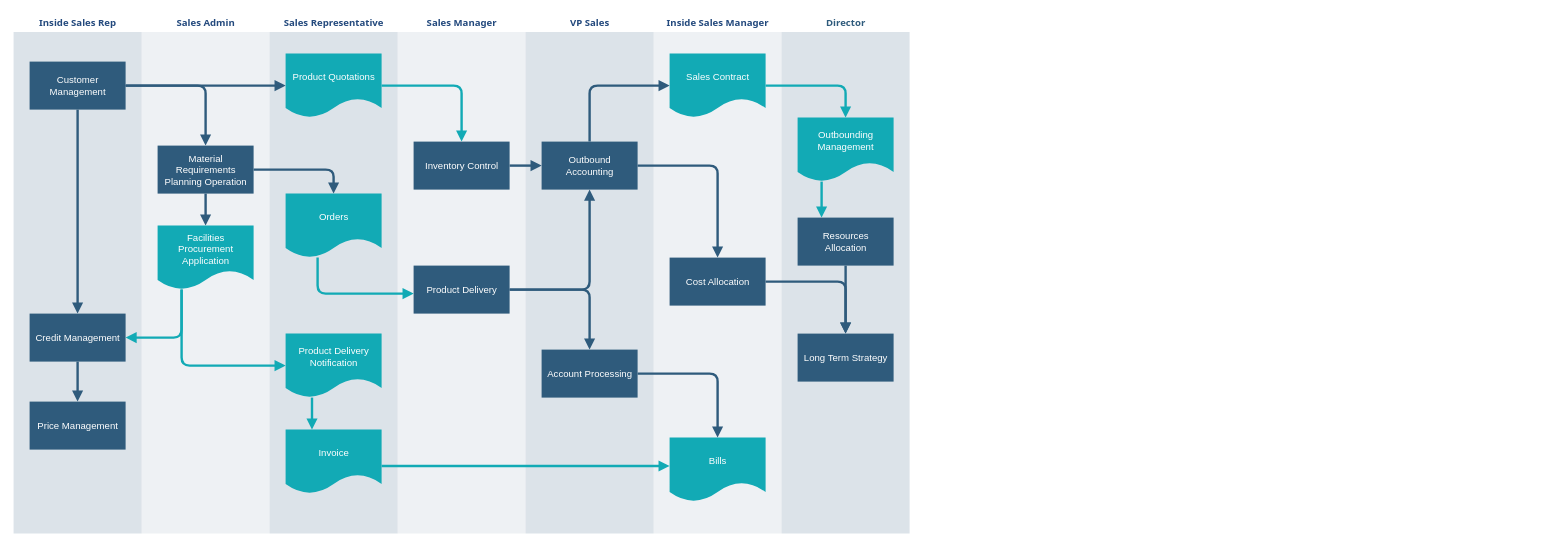
Before: data/Demo线流程图.drawio in chenyanxi/hosts, a draw.io diagram. Source tidied: cells renumbered, new cells numbered last; positions are measured from the earlier drawing's top-left corner, leaving out a move shared by most shapes. Both pictures are drawn from the tidied source at 80%, with x=0, y=0 at pixel (13, 13).
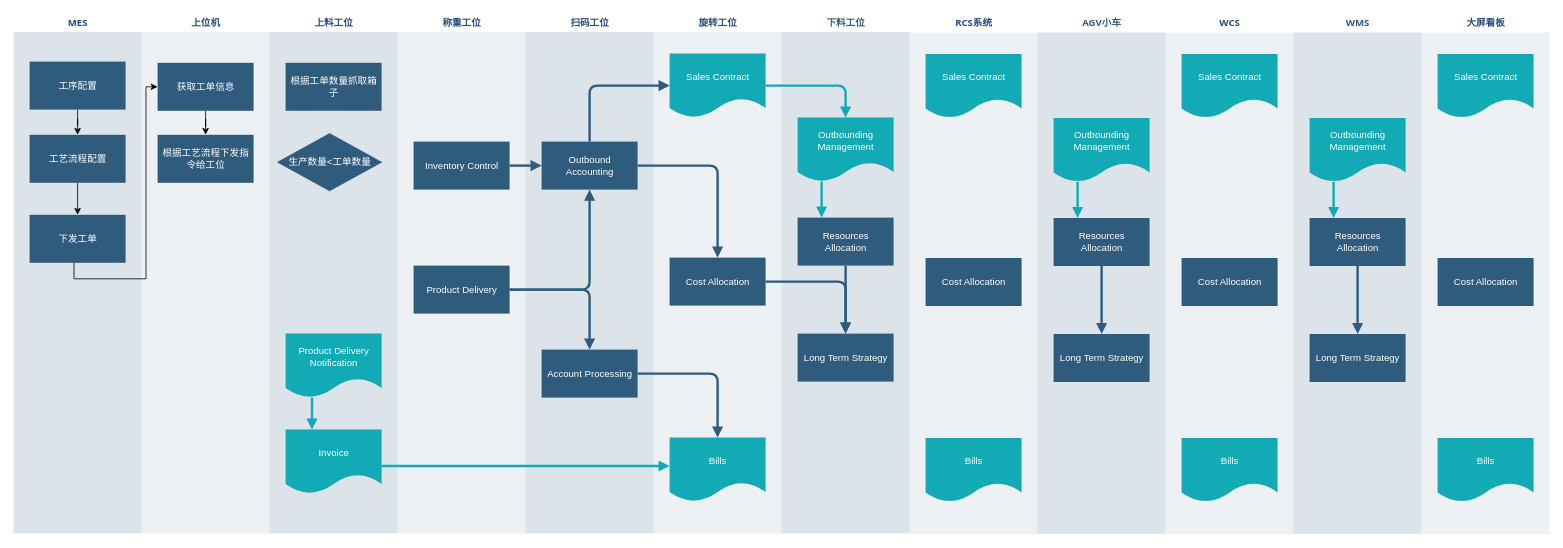
The same diagram, later.

Commit message (it also covers changes not shown here):
更新Demo线流程图.drawio

The change refers to these unchanged cells:
```xml
<mxCell id="22" value="Product Delivery Notification" style="shape=document;whiteSpace=wrap;strokeColor=none;fillColor=#12aab5;shadow=0;fontColor=#FFFFFF;fontFamily=Helvetica;fontStyle=0;html=1;fontSize=12;verticalAlign=middle;spacing=6;spacingBottom=22;" parent="19" vertex="1">
  <mxGeometry x="20" y="400" width="120" height="80" as="geometry" />
</mxCell>
<mxCell id="26" value="Inventory Control" style="whiteSpace=wrap;strokeColor=none;fillColor=#2f5b7c;shadow=0;fontColor=#FFFFFF;fontFamily=Helvetica;fontStyle=0;html=1;fontSize=12;spacing=6;verticalAlign=middle;" parent="25" vertex="1">
  <mxGeometry x="20" y="160" width="120" height="60" as="geometry" />
</mxCell>
<mxCell id="27" value="Product Delivery" style="whiteSpace=wrap;strokeColor=none;fillColor=#2f5b7c;shadow=0;fontColor=#FFFFFF;fontFamily=Helvetica;fontStyle=0;html=1;fontSize=12;spacing=6;verticalAlign=middle;" parent="25" vertex="1">
  <mxGeometry x="20" y="315" width="120" height="60" as="geometry" />
</mxCell>
```

The edit, as a diff of the source:
```diff
@@
-    <mxCell id="2" value="&lt;font color=&quot;#23497d&quot;&gt;Inside Sales Rep&lt;/font&gt;" style="swimlane;whiteSpace=wrap;fillColor=none;swimlaneFillColor=#BAC8D3;fontColor=#2F5B7C;fontFamily=Tahoma;html=1;strokeColor=none;opacity=50;" parent="1" vertex="1">
+    <mxCell id="2" value="&lt;font color=&quot;#23497d&quot;&gt;MES&lt;/font&gt;" style="swimlane;whiteSpace=wrap;fillColor=none;swimlaneFillColor=#BAC8D3;fontColor=#2F5B7C;fontFamily=Tahoma;html=1;strokeColor=none;opacity=50;" parent="1" vertex="1">
       <mxGeometry x="0.5" y="0.5" width="160" height="650" as="geometry" />
     </mxCell>
+    <mxCell id="7" style="edgeStyle=orthogonalEdgeStyle;rounded=0;jettySize=auto;html=1;" parent="2" edge="1" source="3" target="4">
+      <mxGeometry relative="1" as="geometry" />
+    </mxCell>
-    <mxCell id="3" value="Customer Management" style="whiteSpace=wrap;shadow=0;fontColor=#FFFFFF;fontFamily=Helvetica;fontStyle=0;html=1;fontSize=12;plain-purple;strokeColor=none;fillColor=#2f5b7c;gradientColor=none;spacing=6;verticalAlign=middle;" parent="2" vertex="1">
+    <mxCell id="3" value="工序配置" style="whiteSpace=wrap;shadow=0;fontColor=#FFFFFF;fontFamily=Helvetica;fontStyle=0;html=1;fontSize=12;plain-purple;strokeColor=none;fillColor=#2f5b7c;gradientColor=none;spacing=6;verticalAlign=middle;" parent="2" vertex="1">
       <mxGeometry x="20" y="60" width="120" height="60" as="geometry" />
     </mxCell>
+    <mxCell id="6" style="edgeStyle=orthogonalEdgeStyle;rounded=0;jettySize=auto;html=1;" parent="2" edge="1" source="4" target="5">
+      <mxGeometry relative="1" as="geometry" />
+    </mxCell>
-    <mxCell id="4" value="Credit Management" style="whiteSpace=wrap;strokeColor=none;fillColor=#2f5b7c;shadow=0;fontColor=#FFFFFF;fontFamily=Helvetica;fontStyle=0;html=1;fontSize=12;spacing=6;verticalAlign=middle;" parent="2" vertex="1">
-      <mxGeometry x="20" y="375" width="120" height="60" as="geometry" />
+    <mxCell id="4" value="工艺流程配置" style="whiteSpace=wrap;strokeColor=none;fillColor=#2f5b7c;shadow=0;fontColor=#FFFFFF;fontFamily=Helvetica;fontStyle=0;html=1;fontSize=12;spacing=6;verticalAlign=middle;" parent="2" vertex="1">
+      <mxGeometry x="20" y="151.5" width="120" height="60" as="geometry" />
     </mxCell>
-    <mxCell id="5" value="Price Management" style="whiteSpace=wrap;strokeColor=none;fillColor=#2f5b7c;shadow=0;fontColor=#FFFFFF;fontFamily=Helvetica;fontStyle=0;html=1;fontSize=12;spacing=6;verticalAlign=middle;" parent="2" vertex="1">
-      <mxGeometry x="20" y="485" width="120" height="60" as="geometry" />
+    <mxCell id="5" value="下发工单" style="whiteSpace=wrap;strokeColor=none;fillColor=#2f5b7c;shadow=0;fontColor=#FFFFFF;fontFamily=Helvetica;fontStyle=0;html=1;fontSize=12;spacing=6;verticalAlign=middle;" parent="2" vertex="1">
+      <mxGeometry x="20" y="251.5" width="120" height="60" as="geometry" />
     </mxCell>
-    <mxCell id="6" style="edgeStyle=segmentEdgeStyle;strokeColor=#2F5B7C;strokeWidth=3;html=1;endArrow=block;endFill=1;" parent="2" edge="1" source="4" target="5">
-      <mxGeometry relative="1" as="geometry" />
-    </mxCell>
-    <mxCell id="7" style="edgeStyle=segmentEdgeStyle;strokeColor=#2F5B7C;strokeWidth=3;html=1;endArrow=block;endFill=1;" parent="2" edge="1" source="3" target="4">
-      <mxGeometry relative="1" as="geometry" />
-    </mxCell>
+    <mxCell id="50" style="endArrow=none;html=1;rounded=0;" parent="2" edge="1">
+      <mxGeometry relative="1" as="geometry">
+        <mxPoint x="75.5" y="331.5" as="sourcePoint" />
+        <mxPoint x="75.5" y="311.5" as="targetPoint" />
+      </mxGeometry>
+    </mxCell>
-    <mxCell id="8" value="&lt;font color=&quot;#23497d&quot;&gt;Inside Sales Manager&lt;/font&gt;" style="swimlane;whiteSpace=wrap;fillColor=none;swimlaneFillColor=#BAC8D3;fontColor=#2F5B7C;fontFamily=Tahoma;html=1;strokeColor=none;opacity=25;" parent="1" vertex="1">
+    <mxCell id="8" value="&lt;font color=&quot;#23497d&quot;&gt;旋转工位&lt;/font&gt;" style="swimlane;whiteSpace=wrap;fillColor=none;swimlaneFillColor=#BAC8D3;fontColor=#2F5B7C;fontFamily=Tahoma;html=1;strokeColor=none;opacity=25;" parent="1" vertex="1">
       <mxGeometry x="800.5" y="0.5" width="160" height="650" as="geometry" />
     </mxCell>
@@
-    <mxCell id="12" value="&lt;font color=&quot;#23497d&quot;&gt;VP Sales&lt;/font&gt;" style="swimlane;whiteSpace=wrap;fillColor=none;swimlaneFillColor=#BAC8D3;fontColor=#2F5B7C;fontFamily=Tahoma;html=1;strokeColor=none;opacity=50;" parent="1" vertex="1">
+    <mxCell id="12" value="&lt;font color=&quot;#23497d&quot;&gt;扫码工位&lt;/font&gt;" style="swimlane;whiteSpace=wrap;fillColor=none;swimlaneFillColor=#BAC8D3;fontColor=#2F5B7C;fontFamily=Tahoma;html=1;strokeColor=none;opacity=50;" parent="1" vertex="1">
       <mxGeometry x="640.5" y="0.5" width="160" height="650" as="geometry" />
     </mxCell>
@@
-    <mxCell id="15" value="&lt;font color=&quot;#23497d&quot;&gt;Sales Admin&lt;/font&gt;" style="swimlane;whiteSpace=wrap;fillColor=none;swimlaneFillColor=#BAC8D3;fontColor=#2F5B7C;fontFamily=Tahoma;html=1;strokeColor=none;opacity=25;" parent="1" vertex="1">
+    <mxCell id="15" value="&lt;font color=&quot;#23497d&quot;&gt;上位机&lt;/font&gt;" style="swimlane;whiteSpace=wrap;fillColor=none;swimlaneFillColor=#BAC8D3;fontColor=#2F5B7C;fontFamily=Tahoma;html=1;strokeColor=none;opacity=25;" parent="1" vertex="1">
       <mxGeometry x="160.5" y="0.5" width="160" height="650" as="geometry" />
     </mxCell>
+    <mxCell id="51" style="edgeStyle=orthogonalEdgeStyle;rounded=0;jettySize=auto;html=1;" parent="15" edge="1" source="16" target="52">
+      <mxGeometry relative="1" as="geometry" />
+    </mxCell>
-    <mxCell id="16" value="Material Requirements Planning Operation" style="whiteSpace=wrap;shadow=0;fontColor=#FFFFFF;fontFamily=Helvetica;fontStyle=0;html=1;fontSize=12;plain-purple;strokeColor=none;fillColor=#2f5b7c;gradientColor=none;spacing=6;verticalAlign=middle;" parent="15" vertex="1">
-      <mxGeometry x="20" y="165" width="120" height="60" as="geometry" />
+    <mxCell id="16" value="获取工单信息" style="whiteSpace=wrap;shadow=0;fontColor=#FFFFFF;fontFamily=Helvetica;fontStyle=0;html=1;fontSize=12;plain-purple;strokeColor=none;fillColor=#2f5b7c;gradientColor=none;spacing=6;verticalAlign=middle;" parent="15" vertex="1">
+      <mxGeometry x="20" y="61.5" width="120" height="60" as="geometry" />
     </mxCell>
-    <mxCell id="17" value="&lt;font color=&quot;#ffffff&quot;&gt;Facilities Procurement&lt;br&gt;Application&lt;/font&gt;&lt;br&gt; " style="shape=document;whiteSpace=wrap;verticalAlign=middle;strokeColor=none;fillColor=#12aab5;shadow=0;fontColor=#FFFFFF;fontFamily=Helvetica;fontStyle=0;html=1;fontSize=12;spacing=6;spacingBottom=22;" parent="15" vertex="1">
-      <mxGeometry x="20" y="265" width="120" height="80" as="geometry" />
-    </mxCell>
-    <mxCell id="18" style="edgeStyle=segmentEdgeStyle;strokeColor=#2F5B7C;strokeWidth=3;html=1;endArrow=block;endFill=1;" parent="15" edge="1" source="16" target="17">
-      <mxGeometry relative="1" as="geometry" />
-    </mxCell>
+    <mxCell id="52" value="根据工艺流程下发指令给工位" style="whiteSpace=wrap;shadow=0;fontColor=#FFFFFF;fontFamily=Helvetica;fontStyle=0;html=1;fontSize=12;plain-purple;strokeColor=none;fillColor=#2f5b7c;gradientColor=none;spacing=6;verticalAlign=middle;" parent="15" vertex="1">
+      <mxGeometry x="20" y="151.5" width="120" height="60" as="geometry" />
+    </mxCell>
-    <mxCell id="19" value="&lt;font color=&quot;#23497d&quot;&gt;Sales Representative&lt;/font&gt;" style="swimlane;whiteSpace=wrap;fillColor=none;swimlaneFillColor=#BAC8D3;fontColor=#2F5B7C;fontFamily=Tahoma;html=1;strokeColor=none;opacity=50;" parent="1" vertex="1">
+    <mxCell id="19" value="&lt;font color=&quot;#23497d&quot;&gt;上料工位&lt;/font&gt;" style="swimlane;whiteSpace=wrap;fillColor=none;swimlaneFillColor=#BAC8D3;fontColor=#2F5B7C;fontFamily=Tahoma;html=1;strokeColor=none;opacity=50;" parent="1" vertex="1">
       <mxGeometry x="320.5" y="0.5" width="160" height="650" as="geometry" />
     </mxCell>
-    <mxCell id="20" value="Product Quotations" style="shape=document;whiteSpace=wrap;verticalAlign=middle;strokeColor=none;fillColor=#12aab5;shadow=0;fontColor=#FFFFFF;fontFamily=Helvetica;fontStyle=0;html=1;fontSize=12;spacing=6;spacingBottom=22;" parent="19" vertex="1">
-      <mxGeometry x="20" y="50" width="120" height="80" as="geometry" />
-    </mxCell>
-    <mxCell id="21" value="Orders" style="shape=document;whiteSpace=wrap;verticalAlign=middle;strokeColor=none;fillColor=#12aab5;shadow=0;fontColor=#FFFFFF;fontFamily=Helvetica;fontStyle=0;html=1;fontSize=12;spacing=6;spacingBottom=22;" parent="19" vertex="1">
-      <mxGeometry x="20" y="225" width="120" height="80" as="geometry" />
-    </mxCell>
@@
+    <mxCell id="53" value="根据工单数量抓取箱子" style="whiteSpace=wrap;shadow=0;fontColor=#FFFFFF;fontFamily=Helvetica;fontStyle=0;html=1;fontSize=12;plain-purple;strokeColor=none;fillColor=#2f5b7c;gradientColor=none;spacing=6;verticalAlign=middle;" parent="19" vertex="1">
+      <mxGeometry x="20" y="61.5" width="120" height="60" as="geometry" />
+    </mxCell>
+    <mxCell id="54" value="&lt;font color=&quot;#ffffff&quot;&gt;生产数量&amp;lt;工单数量&lt;/font&gt;" style="rhombus;whiteSpace=wrap;html=1;strokeColor=#2F5B7C;fillColor=#2F5B7C;" parent="19" vertex="1">
+      <mxGeometry x="10" y="150" width="130" height="71.5" as="geometry" />
+    </mxCell>
-    <mxCell id="25" value="&lt;font color=&quot;#23497d&quot;&gt;Sales Manager&lt;/font&gt;" style="swimlane;whiteSpace=wrap;fillColor=none;swimlaneFillColor=#BAC8D3;fontColor=#2F5B7C;fontFamily=Tahoma;html=1;strokeColor=none;opacity=25;" parent="1" vertex="1">
+    <mxCell id="25" value="&lt;font color=&quot;#23497d&quot;&gt;称重工位&lt;/font&gt;" style="swimlane;whiteSpace=wrap;fillColor=none;swimlaneFillColor=#BAC8D3;fontColor=#2F5B7C;fontFamily=Tahoma;html=1;strokeColor=none;opacity=25;" parent="1" vertex="1">
       <mxGeometry x="480.5" y="0.5" width="160" height="650" as="geometry" />
     </mxCell>
@@
-    <mxCell id="28" value="Director" style="swimlane;whiteSpace=wrap;fillColor=none;swimlaneFillColor=#BAC8D3;fontColor=#2F5B7C;fontFamily=Tahoma;html=1;strokeColor=none;opacity=50;" parent="1" vertex="1">
+    <mxCell id="28" value="下料工位" style="swimlane;whiteSpace=wrap;fillColor=none;swimlaneFillColor=#BAC8D3;fontColor=#2F5B7C;fontFamily=Tahoma;html=1;strokeColor=none;opacity=50;" parent="1" vertex="1">
       <mxGeometry x="960.5" y="0.5" width="160" height="650" as="geometry" />
     </mxCell>
@@
-    <mxCell id="34" style="edgeStyle=segmentEdgeStyle;strokeColor=#2F5B7C;strokeWidth=3;html=1;endArrow=block;endFill=1;" parent="1" edge="1" source="3" target="16">
-      <mxGeometry x="164.5" y="178.5" as="geometry" />
-    </mxCell>
-    <mxCell id="35" style="edgeStyle=segmentEdgeStyle;strokeColor=#12AAB5;strokeWidth=3;html=1;endArrow=block;endFill=1;" parent="1" edge="1" source="17" target="4">
-      <mxGeometry x="164.5" y="433.5" as="geometry">
-        <Array as="points">
-          <mxPoint x="210.5" y="405.5" />
-        </Array>
-      </mxGeometry>
-    </mxCell>
-    <mxCell id="36" style="edgeStyle=segmentEdgeStyle;strokeColor=#2F5B7C;strokeWidth=3;html=1;endArrow=block;endFill=1;" parent="1" edge="1" source="3" target="20">
-      <mxGeometry x="164.5" y="178.5" as="geometry" />
-    </mxCell>
-    <mxCell id="37" style="edgeStyle=segmentEdgeStyle;strokeColor=#12AAB5;strokeWidth=3;html=1;endArrow=block;endFill=1;" parent="1" edge="1" source="17" target="22">
-      <mxGeometry x="234.5" y="433.5" as="geometry">
-        <Array as="points">
-          <mxPoint x="210.5" y="440.5" />
-        </Array>
-      </mxGeometry>
-    </mxCell>
@@
-    <mxCell id="39" style="edgeStyle=segmentEdgeStyle;strokeColor=#2F5B7C;strokeWidth=3;html=1;endArrow=block;endFill=1;" parent="1" edge="1" source="16" target="21">
-      <mxGeometry x="324.5" y="283.5" as="geometry" />
-    </mxCell>
-    <mxCell id="40" style="edgeStyle=segmentEdgeStyle;strokeColor=#12AAB5;strokeWidth=3;html=1;endArrow=block;endFill=1;" parent="1" edge="1" source="20" target="26">
-      <mxGeometry x="484.5" y="178.5" as="geometry" />
-    </mxCell>
@@
-    <mxCell id="42" style="edgeStyle=segmentEdgeStyle;strokeColor=#12AAB5;strokeWidth=3;html=1;endArrow=block;endFill=1;" parent="1" edge="1" source="21" target="27">
-      <mxGeometry x="404.5" y="393.5" as="geometry">
-        <Array as="points">
-          <mxPoint x="380.5" y="350.5" />
-        </Array>
-      </mxGeometry>
-    </mxCell>
@@
+    <mxCell id="55" value="&lt;font color=&quot;#23497d&quot;&gt;RCS系统&lt;/font&gt;" style="swimlane;whiteSpace=wrap;fillColor=none;swimlaneFillColor=#BAC8D3;fontColor=#2F5B7C;fontFamily=Tahoma;html=1;strokeColor=none;opacity=25;startSize=23;" parent="1" vertex="1">
+      <mxGeometry x="1120.5" y="1" width="160" height="650" as="geometry" />
+    </mxCell>
+    <mxCell id="56" value="Sales Contract" style="shape=document;whiteSpace=wrap;verticalAlign=middle;strokeColor=none;fillColor=#12aab5;shadow=0;fontColor=#FFFFFF;fontFamily=Helvetica;fontStyle=0;html=1;fontSize=12;spacing=6;spacingBottom=22;" parent="55" vertex="1">
+      <mxGeometry x="20" y="50" width="120" height="80" as="geometry" />
+    </mxCell>
+    <mxCell id="57" value="Bills" style="shape=document;whiteSpace=wrap;verticalAlign=middle;strokeColor=none;fillColor=#12aab5;shadow=0;fontColor=#FFFFFF;fontFamily=Helvetica;fontStyle=0;html=1;fontSize=12;spacing=6;spacingBottom=22;" parent="55" vertex="1">
+      <mxGeometry x="20" y="530" width="120" height="80" as="geometry" />
+    </mxCell>
+    <mxCell id="58" value="Cost Allocation" style="whiteSpace=wrap;strokeColor=none;fillColor=#2f5b7c;shadow=0;fontColor=#FFFFFF;fontFamily=Helvetica;fontStyle=0;html=1;fontSize=12;spacing=6;verticalAlign=middle;" parent="55" vertex="1">
+      <mxGeometry x="20" y="305" width="120" height="60" as="geometry" />
+    </mxCell>
+    <mxCell id="59" value="AGV小车" style="swimlane;whiteSpace=wrap;fillColor=none;swimlaneFillColor=#BAC8D3;fontColor=#2F5B7C;fontFamily=Tahoma;html=1;strokeColor=none;opacity=50;" parent="1" vertex="1">
+      <mxGeometry x="1280.5" y="1" width="160" height="650" as="geometry" />
+    </mxCell>
+    <mxCell id="60" value="Outbounding Management" style="shape=document;whiteSpace=wrap;verticalAlign=middle;strokeColor=none;fillColor=#12aab5;shadow=0;fontColor=#FFFFFF;fontFamily=Helvetica;fontStyle=0;html=1;fontSize=12;spacing=6;spacingBottom=22;" parent="59" vertex="1">
+      <mxGeometry x="20" y="130" width="120" height="80" as="geometry" />
+    </mxCell>
+    <mxCell id="61" value="Resources Allocation" style="whiteSpace=wrap;strokeColor=none;fillColor=#2f5b7c;shadow=0;fontColor=#FFFFFF;fontFamily=Helvetica;fontStyle=0;html=1;fontSize=12;spacing=6;verticalAlign=middle;" parent="59" vertex="1">
+      <mxGeometry x="20" y="255" width="120" height="60" as="geometry" />
+    </mxCell>
+    <mxCell id="62" value="Long Term Strategy" style="whiteSpace=wrap;strokeColor=none;fillColor=#2f5b7c;shadow=0;fontColor=#FFFFFF;fontFamily=Helvetica;fontStyle=0;html=1;fontSize=12;spacing=6;verticalAlign=middle;" parent="59" vertex="1">
+      <mxGeometry x="20" y="400" width="120" height="60" as="geometry" />
+    </mxCell>
+    <mxCell id="63" style="edgeStyle=segmentEdgeStyle;strokeColor=#2F5B7C;strokeWidth=3;html=1;endArrow=block;endFill=1;" parent="59" edge="1" source="61" target="62">
+      <mxGeometry relative="1" as="geometry" />
+    </mxCell>
+    <mxCell id="64" style="edgeStyle=segmentEdgeStyle;entryX=0.25;entryY=0;strokeColor=#12AAB5;strokeWidth=3;html=1;endArrow=block;endFill=1;" parent="59" edge="1" source="60" target="61">
+      <mxGeometry relative="1" as="geometry" />
+    </mxCell>
+    <mxCell id="65" value="&lt;font color=&quot;#23497d&quot;&gt;WCS&lt;/font&gt;" style="swimlane;whiteSpace=wrap;fillColor=none;swimlaneFillColor=#BAC8D3;fontColor=#2F5B7C;fontFamily=Tahoma;html=1;strokeColor=none;opacity=25;startSize=23;" parent="1" vertex="1">
+      <mxGeometry x="1440.5" y="1" width="160" height="650" as="geometry" />
+    </mxCell>
+    <mxCell id="66" value="Sales Contract" style="shape=document;whiteSpace=wrap;verticalAlign=middle;strokeColor=none;fillColor=#12aab5;shadow=0;fontColor=#FFFFFF;fontFamily=Helvetica;fontStyle=0;html=1;fontSize=12;spacing=6;spacingBottom=22;" parent="65" vertex="1">
+      <mxGeometry x="20" y="50" width="120" height="80" as="geometry" />
+    </mxCell>
+    <mxCell id="67" value="Bills" style="shape=document;whiteSpace=wrap;verticalAlign=middle;strokeColor=none;fillColor=#12aab5;shadow=0;fontColor=#FFFFFF;fontFamily=Helvetica;fontStyle=0;html=1;fontSize=12;spacing=6;spacingBottom=22;" parent="65" vertex="1">
+      <mxGeometry x="20" y="530" width="120" height="80" as="geometry" />
+    </mxCell>
+    <mxCell id="68" value="Cost Allocation" style="whiteSpace=wrap;strokeColor=none;fillColor=#2f5b7c;shadow=0;fontColor=#FFFFFF;fontFamily=Helvetica;fontStyle=0;html=1;fontSize=12;spacing=6;verticalAlign=middle;" parent="65" vertex="1">
+      <mxGeometry x="20" y="305" width="120" height="60" as="geometry" />
+    </mxCell>
+    <mxCell id="69" value="WMS" style="swimlane;whiteSpace=wrap;fillColor=none;swimlaneFillColor=#BAC8D3;fontColor=#2F5B7C;fontFamily=Tahoma;html=1;strokeColor=none;opacity=50;" parent="1" vertex="1">
+      <mxGeometry x="1600.5" y="1" width="160" height="650" as="geometry" />
+    </mxCell>
+    <mxCell id="70" value="Outbounding Management" style="shape=document;whiteSpace=wrap;verticalAlign=middle;strokeColor=none;fillColor=#12aab5;shadow=0;fontColor=#FFFFFF;fontFamily=Helvetica;fontStyle=0;html=1;fontSize=12;spacing=6;spacingBottom=22;" parent="69" vertex="1">
+      <mxGeometry x="20" y="130" width="120" height="80" as="geometry" />
+    </mxCell>
+    <mxCell id="71" value="Resources Allocation" style="whiteSpace=wrap;strokeColor=none;fillColor=#2f5b7c;shadow=0;fontColor=#FFFFFF;fontFamily=Helvetica;fontStyle=0;html=1;fontSize=12;spacing=6;verticalAlign=middle;" parent="69" vertex="1">
+      <mxGeometry x="20" y="255" width="120" height="60" as="geometry" />
+    </mxCell>
+    <mxCell id="72" value="Long Term Strategy" style="whiteSpace=wrap;strokeColor=none;fillColor=#2f5b7c;shadow=0;fontColor=#FFFFFF;fontFamily=Helvetica;fontStyle=0;html=1;fontSize=12;spacing=6;verticalAlign=middle;" parent="69" vertex="1">
+      <mxGeometry x="20" y="400" width="120" height="60" as="geometry" />
+    </mxCell>
+    <mxCell id="73" style="edgeStyle=segmentEdgeStyle;strokeColor=#2F5B7C;strokeWidth=3;html=1;endArrow=block;endFill=1;" parent="69" edge="1" source="71" target="72">
+      <mxGeometry relative="1" as="geometry" />
+    </mxCell>
+    <mxCell id="74" style="edgeStyle=segmentEdgeStyle;entryX=0.25;entryY=0;strokeColor=#12AAB5;strokeWidth=3;html=1;endArrow=block;endFill=1;" parent="69" edge="1" source="70" target="71">
+      <mxGeometry relative="1" as="geometry" />
+    </mxCell>
+    <mxCell id="75" value="&lt;font color=&quot;#23497d&quot;&gt;大屏看板&lt;/font&gt;" style="swimlane;whiteSpace=wrap;fillColor=none;swimlaneFillColor=#BAC8D3;fontColor=#2F5B7C;fontFamily=Tahoma;html=1;strokeColor=none;opacity=25;startSize=23;" parent="1" vertex="1">
+      <mxGeometry x="1760.5" y="1" width="160" height="650" as="geometry" />
+    </mxCell>
+    <mxCell id="76" value="Sales Contract" style="shape=document;whiteSpace=wrap;verticalAlign=middle;strokeColor=none;fillColor=#12aab5;shadow=0;fontColor=#FFFFFF;fontFamily=Helvetica;fontStyle=0;html=1;fontSize=12;spacing=6;spacingBottom=22;" parent="75" vertex="1">
+      <mxGeometry x="20" y="50" width="120" height="80" as="geometry" />
+    </mxCell>
+    <mxCell id="77" value="Bills" style="shape=document;whiteSpace=wrap;verticalAlign=middle;strokeColor=none;fillColor=#12aab5;shadow=0;fontColor=#FFFFFF;fontFamily=Helvetica;fontStyle=0;html=1;fontSize=12;spacing=6;spacingBottom=22;" parent="75" vertex="1">
+      <mxGeometry x="20" y="530" width="120" height="80" as="geometry" />
+    </mxCell>
+    <mxCell id="78" value="Cost Allocation" style="whiteSpace=wrap;strokeColor=none;fillColor=#2f5b7c;shadow=0;fontColor=#FFFFFF;fontFamily=Helvetica;fontStyle=0;html=1;fontSize=12;spacing=6;verticalAlign=middle;" parent="75" vertex="1">
+      <mxGeometry x="20" y="305" width="120" height="60" as="geometry" />
+    </mxCell>
+    <mxCell id="79" style="endArrow=none;html=1;rounded=0;" parent="1" edge="1">
+      <mxGeometry relative="1" as="geometry">
+        <mxPoint x="76" y="332" as="sourcePoint" />
+        <mxPoint x="166" y="332" as="targetPoint" />
+      </mxGeometry>
+    </mxCell>
+    <mxCell id="80" style="endArrow=none;html=1;rounded=0;" parent="1" edge="1">
+      <mxGeometry relative="1" as="geometry">
+        <mxPoint x="166" y="332" as="sourcePoint" />
+        <mxPoint x="166" y="92" as="targetPoint" />
+      </mxGeometry>
+    </mxCell>
+    <mxCell id="81" style="endArrow=classic;html=1;rounded=0;entryX=0;entryY=0.5;entryDx=0;entryDy=0;" parent="1" edge="1" target="16">
+      <mxGeometry relative="1" as="geometry">
+        <mxPoint x="166" y="92" as="sourcePoint" />
+      </mxGeometry>
+    </mxCell>
```
